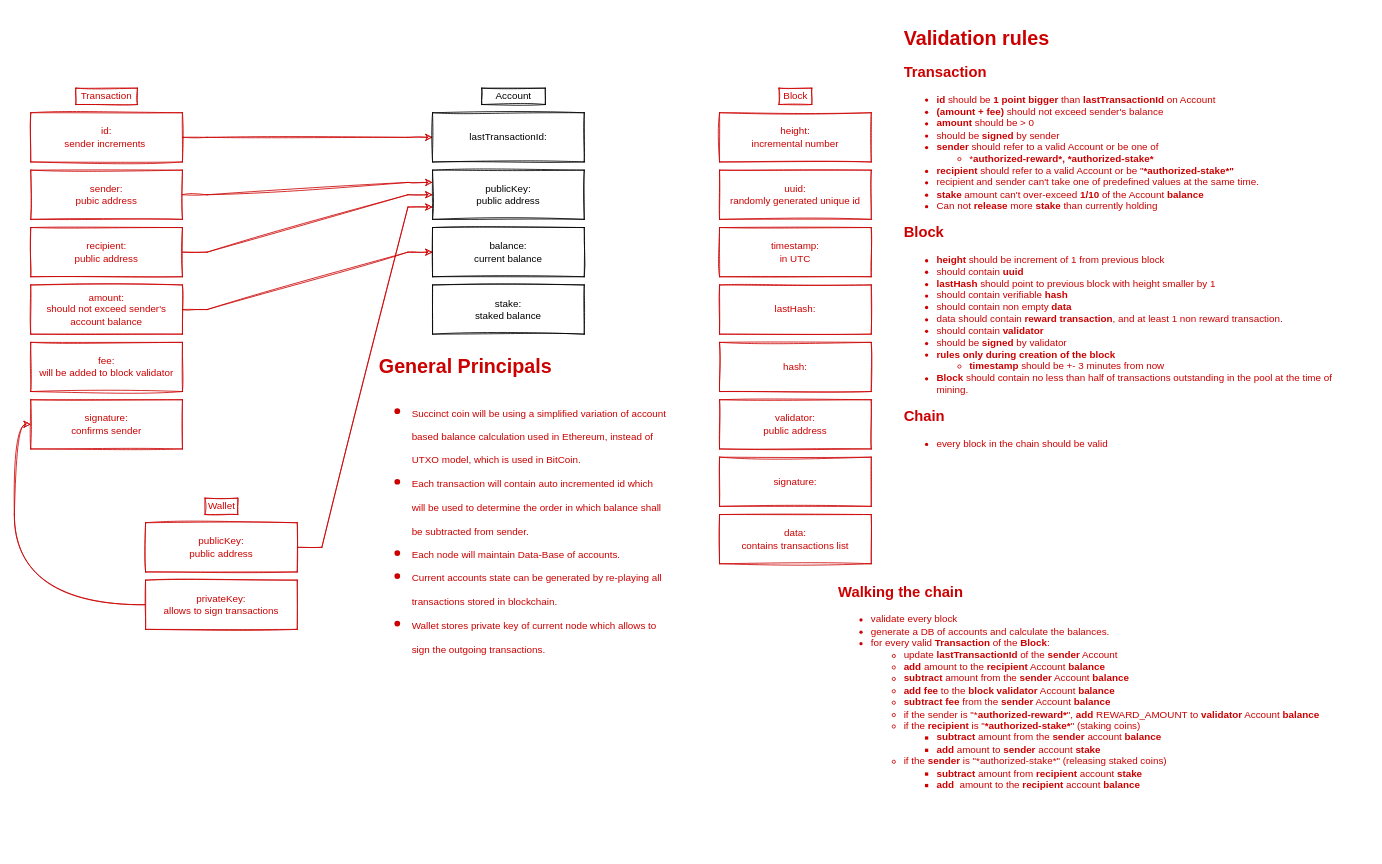
Before: docs/Transaction Structure Diagram.drawio in echowaves/succinctcoin, a draw.io diagram. Source tidied: cells renumbered, new cells numbered last; positions are measured from the earlier drawing's top-left corner, leaving out a move shared by most shapes. Both pictures are drawn from the tidied source at 82%, with x=0, y=0 at pixel (30, 22).
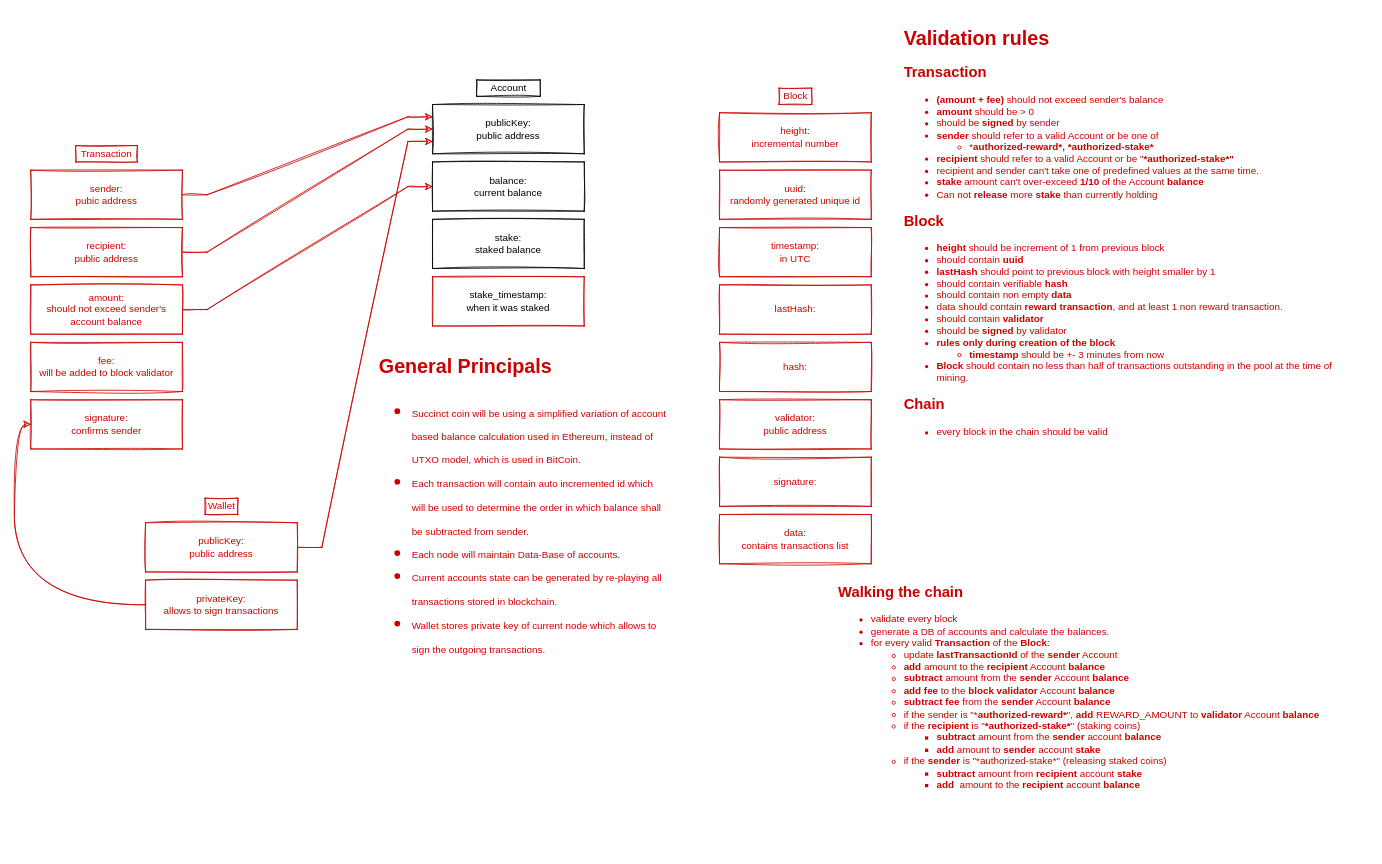
The same page after the edit.

What changed in the source:
```diff
@@
-    <mxCell id="8" style="edgeStyle=entityRelationEdgeStyle;rounded=0;sketch=1;jettySize=auto;html=1;entryX=0;entryY=0.5;entryDx=0;entryDy=0;strokeColor=#CC0000;fontColor=#CC0000;" parent="1" edge="1" source="9" target="15">
-      <mxGeometry relative="1" as="geometry" />
-    </mxCell>
-    <mxCell id="9" value="id:&lt;br&gt;sender increments&amp;nbsp;" style="rounded=0;whiteSpace=wrap;html=1;sketch=1;strokeColor=#CC0000;fontColor=#CC0000;" parent="1" vertex="1">
-      <mxGeometry y="110" width="185" height="60" as="geometry" />
-    </mxCell>
@@
     <mxCell id="11" value="Transaction" style="text;html=1;fillColor=none;align=center;verticalAlign=middle;whiteSpace=wrap;rounded=0;sketch=1;strokeColor=#CC0000;fontColor=#CC0000;" parent="1" vertex="1">
-      <mxGeometry x="55" y="80" width="75" height="20" as="geometry" />
+      <mxGeometry x="55" y="150" width="75" height="20" as="geometry" />
     </mxCell>
     <mxCell id="12" value="Account" style="text;html=1;fillColor=none;align=center;verticalAlign=middle;whiteSpace=wrap;rounded=0;sketch=1;strokeColor=#000000;" parent="1" vertex="1">
-      <mxGeometry x="550" y="80" width="77.5" height="20" as="geometry" />
+      <mxGeometry x="543.8" y="70" width="77.5" height="20" as="geometry" />
     </mxCell>
     <mxCell id="13" value="publicKey:&lt;br&gt;public address" style="rounded=0;whiteSpace=wrap;html=1;sketch=1;" parent="1" vertex="1">
-      <mxGeometry x="490" y="180" width="185" height="60" as="geometry" />
+      <mxGeometry x="490" y="100" width="185" height="60" as="geometry" />
     </mxCell>
     <mxCell id="14" value="balance:&lt;br&gt;current balance" style="rounded=0;whiteSpace=wrap;html=1;sketch=1;" parent="1" vertex="1">
-      <mxGeometry x="490" y="250" width="185" height="60" as="geometry" />
+      <mxGeometry x="490" y="170" width="185" height="60" as="geometry" />
     </mxCell>
-    <mxCell id="15" value="lastTransactionId:&lt;br&gt;" style="rounded=0;whiteSpace=wrap;html=1;sketch=1;" parent="1" vertex="1">
-      <mxGeometry x="490" y="110" width="185" height="60" as="geometry" />
-    </mxCell>
@@
     <mxCell id="23" value="stake:&lt;br&gt;staked balance" style="rounded=0;whiteSpace=wrap;html=1;sketch=1;" parent="1" vertex="1">
-      <mxGeometry x="490" y="320" width="185" height="60" as="geometry" />
+      <mxGeometry x="490" y="240" width="185" height="60" as="geometry" />
     </mxCell>
@@
-    <mxCell id="33" value="&lt;h1&gt;Validation rules&lt;/h1&gt;&lt;h2&gt;Transaction&lt;/h2&gt;&lt;div&gt;&lt;ul&gt;&lt;li&gt;&lt;b&gt;id &lt;/b&gt;should be&lt;b&gt;&amp;nbsp;1 point bigger&lt;/b&gt; than&lt;b&gt; lastTransactionId &lt;/b&gt;on Account&lt;/li&gt;&lt;li&gt;&lt;b&gt;(amount + fee)&lt;/b&gt; should not exceed sender's balance&lt;/li&gt;&lt;li&gt;&lt;b&gt;amount&lt;/b&gt; should be &amp;gt; 0&lt;/li&gt;&lt;li&gt;should be &lt;b&gt;signed&lt;/b&gt; by sender&lt;/li&gt;&lt;li&gt;&lt;b&gt;sender&lt;/b&gt; should refer to a valid Account or be one of&lt;/li&gt;&lt;ul&gt;&lt;li&gt;*&lt;b&gt;authorized-reward*,&amp;nbsp;&lt;/b&gt;&lt;b&gt;*authorized-stake*&lt;/b&gt;&lt;br&gt;&lt;/li&gt;&lt;/ul&gt;&lt;li&gt;&lt;b&gt;recipient &lt;/b&gt;should refer to a valid Account or be &quot;&lt;b&gt;*authorized-stake*&quot;&lt;/b&gt;&lt;/li&gt;&lt;li&gt;recipient and sender can't take one of predefined values at the same time.&lt;/li&gt;&lt;li&gt;&lt;b&gt;stake &lt;/b&gt;amount can't over-exceed &lt;b&gt;1/10&lt;/b&gt; of the Account &lt;b&gt;balance&lt;/b&gt;&lt;/li&gt;&lt;li&gt;Can not &lt;b&gt;release&lt;/b&gt; more &lt;b&gt;stake&lt;/b&gt; than currently holding&lt;/li&gt;&lt;/ul&gt;&lt;/div&gt;&lt;h2&gt;Block&lt;/h2&gt;&lt;div&gt;&lt;ul&gt;&lt;li&gt;&lt;b&gt;height&lt;/b&gt; should be increment of 1 from previous block&lt;/li&gt;&lt;li&gt;should contain &lt;b&gt;uuid&lt;/b&gt;&lt;/li&gt;&lt;li&gt;&lt;b&gt;lastHash&lt;/b&gt; should point to previous block with height smaller by 1&lt;/li&gt;&lt;li&gt;should contain verifiable &lt;b&gt;hash&lt;/b&gt;&lt;/li&gt;&lt;li&gt;should contain non empty &lt;b&gt;data&lt;/b&gt;&amp;nbsp;&amp;nbsp;&lt;/li&gt;&lt;li&gt;data should contain &lt;b&gt;reward transaction&lt;/b&gt;, and at least 1 non reward transaction.&lt;/li&gt;&lt;li&gt;should contain &lt;b&gt;validator&lt;/b&gt;&lt;/li&gt;&lt;li&gt;should be &lt;b&gt;signed&lt;/b&gt; by validator&lt;/li&gt;&lt;li&gt;&lt;b&gt;rules only during creation of the block&lt;/b&gt;&lt;/li&gt;&lt;ul&gt;&lt;li&gt;&lt;b&gt;timestamp&lt;/b&gt; should be +- 3 minutes from now&lt;/li&gt;&lt;/ul&gt;&lt;li&gt;&lt;b&gt;Block &lt;/b&gt;should contain no less than half of transactions outstanding in the pool at the time of mining.&lt;/li&gt;&lt;/ul&gt;&lt;/div&gt;&lt;h2&gt;Chain&lt;/h2&gt;&lt;div&gt;&lt;ul&gt;&lt;li&gt;every block in the chain should be valid&lt;/li&gt;&lt;/ul&gt;&lt;div&gt;&lt;br&gt;&lt;/div&gt;&lt;/div&gt;&lt;h2&gt;&lt;br&gt;&lt;/h2&gt;" style="text;html=1;fillColor=none;spacing=5;spacingTop=-20;whiteSpace=wrap;overflow=hidden;rounded=0;sketch=1;fontColor=#CC0000;" parent="1" vertex="1">
+    <mxCell id="33" value="&lt;h1&gt;Validation rules&lt;/h1&gt;&lt;h2&gt;Transaction&lt;/h2&gt;&lt;div&gt;&lt;ul&gt;&lt;li&gt;&lt;b&gt;(amount + fee)&lt;/b&gt;&lt;span&gt; should not exceed sender's balance&lt;/span&gt;&lt;br&gt;&lt;/li&gt;&lt;li&gt;&lt;b&gt;amount&lt;/b&gt; should be &amp;gt; 0&lt;/li&gt;&lt;li&gt;should be &lt;b&gt;signed&lt;/b&gt; by sender&lt;/li&gt;&lt;li&gt;&lt;b&gt;sender&lt;/b&gt; should refer to a valid Account or be one of&lt;/li&gt;&lt;ul&gt;&lt;li&gt;*&lt;b&gt;authorized-reward*,&amp;nbsp;&lt;/b&gt;&lt;b&gt;*authorized-stake*&lt;/b&gt;&lt;br&gt;&lt;/li&gt;&lt;/ul&gt;&lt;li&gt;&lt;b&gt;recipient &lt;/b&gt;should refer to a valid Account or be &quot;&lt;b&gt;*authorized-stake*&quot;&lt;/b&gt;&lt;/li&gt;&lt;li&gt;recipient and sender can't take one of predefined values at the same time.&lt;/li&gt;&lt;li&gt;&lt;b&gt;stake &lt;/b&gt;amount can't over-exceed &lt;b&gt;1/10&lt;/b&gt; of the Account &lt;b&gt;balance&lt;/b&gt;&lt;/li&gt;&lt;li&gt;Can not &lt;b&gt;release&lt;/b&gt; more &lt;b&gt;stake&lt;/b&gt; than currently holding&lt;/li&gt;&lt;/ul&gt;&lt;/div&gt;&lt;h2&gt;Block&lt;/h2&gt;&lt;div&gt;&lt;ul&gt;&lt;li&gt;&lt;b&gt;height&lt;/b&gt; should be increment of 1 from previous block&lt;/li&gt;&lt;li&gt;should contain &lt;b&gt;uuid&lt;/b&gt;&lt;/li&gt;&lt;li&gt;&lt;b&gt;lastHash&lt;/b&gt; should point to previous block with height smaller by 1&lt;/li&gt;&lt;li&gt;should contain verifiable &lt;b&gt;hash&lt;/b&gt;&lt;/li&gt;&lt;li&gt;should contain non empty &lt;b&gt;data&lt;/b&gt;&amp;nbsp;&amp;nbsp;&lt;/li&gt;&lt;li&gt;data should contain &lt;b&gt;reward transaction&lt;/b&gt;, and at least 1 non reward transaction.&lt;/li&gt;&lt;li&gt;should contain &lt;b&gt;validator&lt;/b&gt;&lt;/li&gt;&lt;li&gt;should be &lt;b&gt;signed&lt;/b&gt; by validator&lt;/li&gt;&lt;li&gt;&lt;b&gt;rules only during creation of the block&lt;/b&gt;&lt;/li&gt;&lt;ul&gt;&lt;li&gt;&lt;b&gt;timestamp&lt;/b&gt; should be +- 3 minutes from now&lt;/li&gt;&lt;/ul&gt;&lt;li&gt;&lt;b&gt;Block &lt;/b&gt;should contain no less than half of transactions outstanding in the pool at the time of mining.&lt;/li&gt;&lt;/ul&gt;&lt;/div&gt;&lt;h2&gt;Chain&lt;/h2&gt;&lt;div&gt;&lt;ul&gt;&lt;li&gt;every block in the chain should be valid&lt;/li&gt;&lt;/ul&gt;&lt;div&gt;&lt;br&gt;&lt;/div&gt;&lt;/div&gt;&lt;h2&gt;&lt;br&gt;&lt;/h2&gt;" style="text;html=1;fillColor=none;spacing=5;spacingTop=-20;whiteSpace=wrap;overflow=hidden;rounded=0;sketch=1;fontColor=#CC0000;" parent="1" vertex="1">
       <mxGeometry x="1060" width="560" height="660" as="geometry" />
     </mxCell>
@@
+    <mxCell id="35" value="stake_timestamp:&lt;br&gt;when it was staked" style="rounded=0;whiteSpace=wrap;html=1;sketch=1;strokeColor=#CC0000;" parent="1" vertex="1">
+      <mxGeometry x="490" y="310" width="185" height="60" as="geometry" />
+    </mxCell>
```
